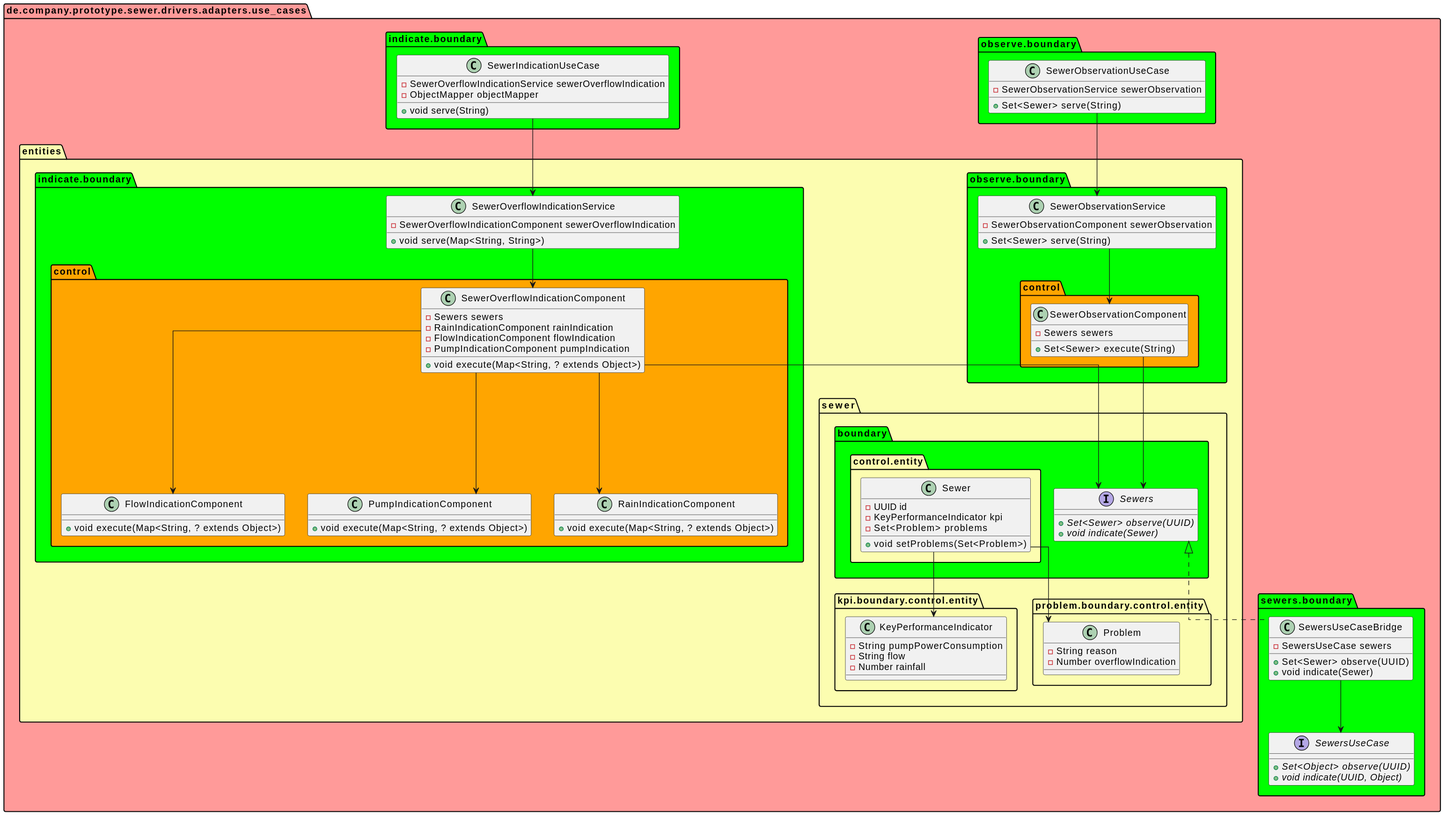
Earlier version of the PlantUML export doc/uml/svg/use_cases.svg (Pankraz76/sewers2).
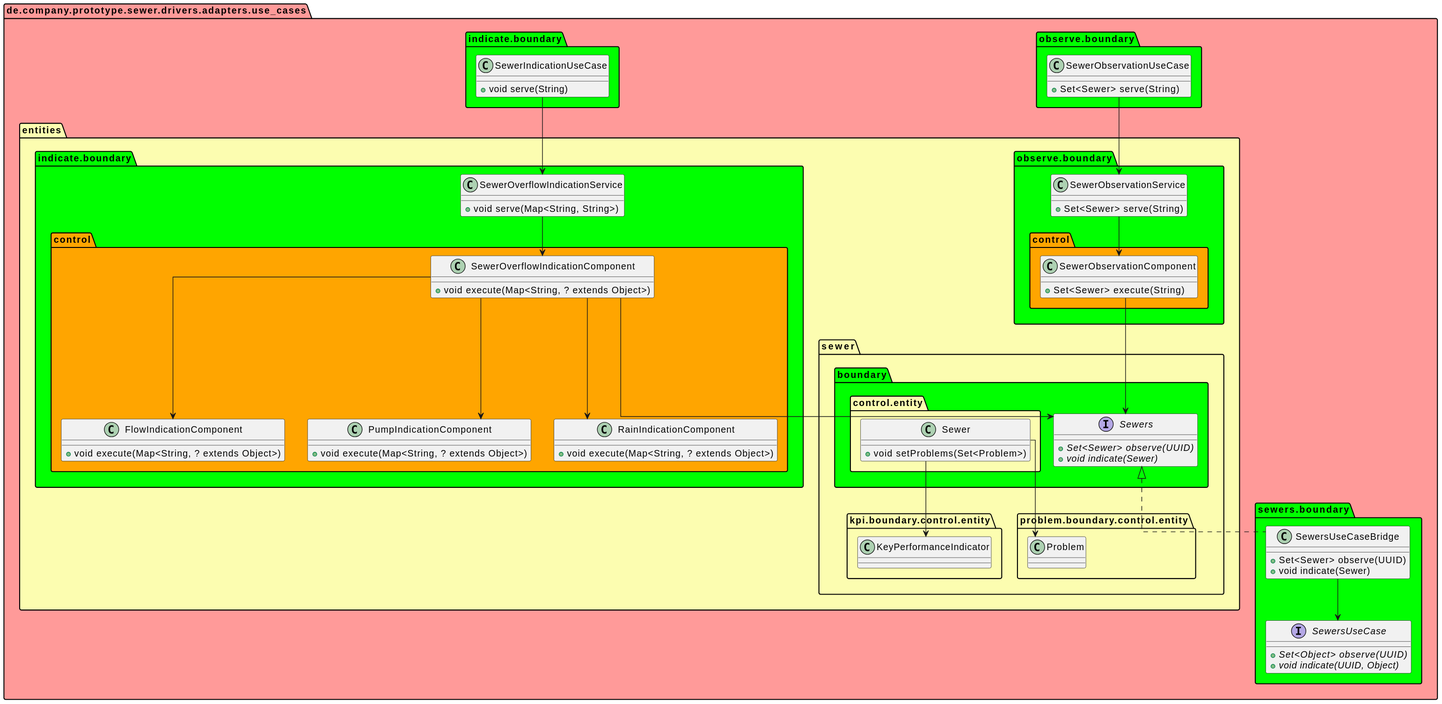
After the commit.

Diff of the diagram source:
```diff
@@ -24,8 +24,6 @@
 package boundary as de.company.prototype.sewer.drivers.adapters.use_cases.sewers.boundary #lime {}
 
 class "SewerOverflowIndicationService" as de.company.prototype.sewer.drivers.adapters.use_cases.entities.indicate.boundary.SewerOverflowIndicationService {
-  -SewerOverflowIndicationComponent sewerOverflowIndication
-  __
   +void serve(Map<String, String>)
 }
 class "FlowIndicationComponent" as de.company.prototype.sewer.drivers.adapters.use_cases.entities.indicate.boundary.control.FlowIndicationComponent {
@@ -38,21 +36,12 @@
   +void execute(Map<String, ? extends Object>)
 }
 class "SewerOverflowIndicationComponent" as de.company.prototype.sewer.drivers.adapters.use_cases.entities.indicate.boundary.control.SewerOverflowIndicationComponent {
-  -Sewers sewers
-  -RainIndicationComponent rainIndication
-  -FlowIndicationComponent flowIndication
-  -PumpIndicationComponent pumpIndication
-  __
   +void execute(Map<String, ? extends Object>)
 }
 class "SewerObservationService" as de.company.prototype.sewer.drivers.adapters.use_cases.entities.observe.boundary.SewerObservationService {
-  -SewerObservationComponent sewerObservation
-  __
   +Set<Sewer> serve(String)
 }
 class "SewerObservationComponent" as de.company.prototype.sewer.drivers.adapters.use_cases.entities.observe.boundary.control.SewerObservationComponent {
-  -Sewers sewers
-  __
   +Set<Sewer> execute(String)
 }
 interface "Sewers" as de.company.prototype.sewer.drivers.adapters.use_cases.entities.sewer.boundary.Sewers {
@@ -60,30 +49,16 @@
   + {abstract}void indicate(Sewer)
 }
 class "Sewer" as de.company.prototype.sewer.drivers.adapters.use_cases.entities.sewer.boundary.control.entity.Sewer {
-  -UUID id
-  -KeyPerformanceIndicator kpi
-  -Set<Problem> problems
-  __
   +void setProblems(Set<Problem>)
 }
 class "KeyPerformanceIndicator" as de.company.prototype.sewer.drivers.adapters.use_cases.entities.sewer.kpi.boundary.control.entity.KeyPerformanceIndicator {
-  -String pumpPowerConsumption
-  -String flow
-  -Number rainfall
 }
 class "Problem" as de.company.prototype.sewer.drivers.adapters.use_cases.entities.sewer.problem.boundary.control.entity.Problem {
-  -String reason
-  -Number overflowIndication
 }
 class "SewerIndicationUseCase" as de.company.prototype.sewer.drivers.adapters.use_cases.indicate.boundary.SewerIndicationUseCase {
-  -SewerOverflowIndicationService sewerOverflowIndication
-  -ObjectMapper objectMapper
-  __
   +void serve(String)
 }
 class "SewerObservationUseCase" as de.company.prototype.sewer.drivers.adapters.use_cases.observe.boundary.SewerObservationUseCase {
-  -SewerObservationService sewerObservation
-  __
   +Set<Sewer> serve(String)
 }
 interface "SewersUseCase" as de.company.prototype.sewer.drivers.adapters.use_cases.sewers.boundary.SewersUseCase {
@@ -91,8 +66,6 @@
   + {abstract}void indicate(UUID, Object)
 }
 class "SewersUseCaseBridge" as de.company.prototype.sewer.drivers.adapters.use_cases.sewers.boundary.SewersUseCaseBridge {
-  -SewersUseCase sewers
-  __
   +Set<Sewer> observe(UUID)
   +void indicate(Sewer)
 }
```
